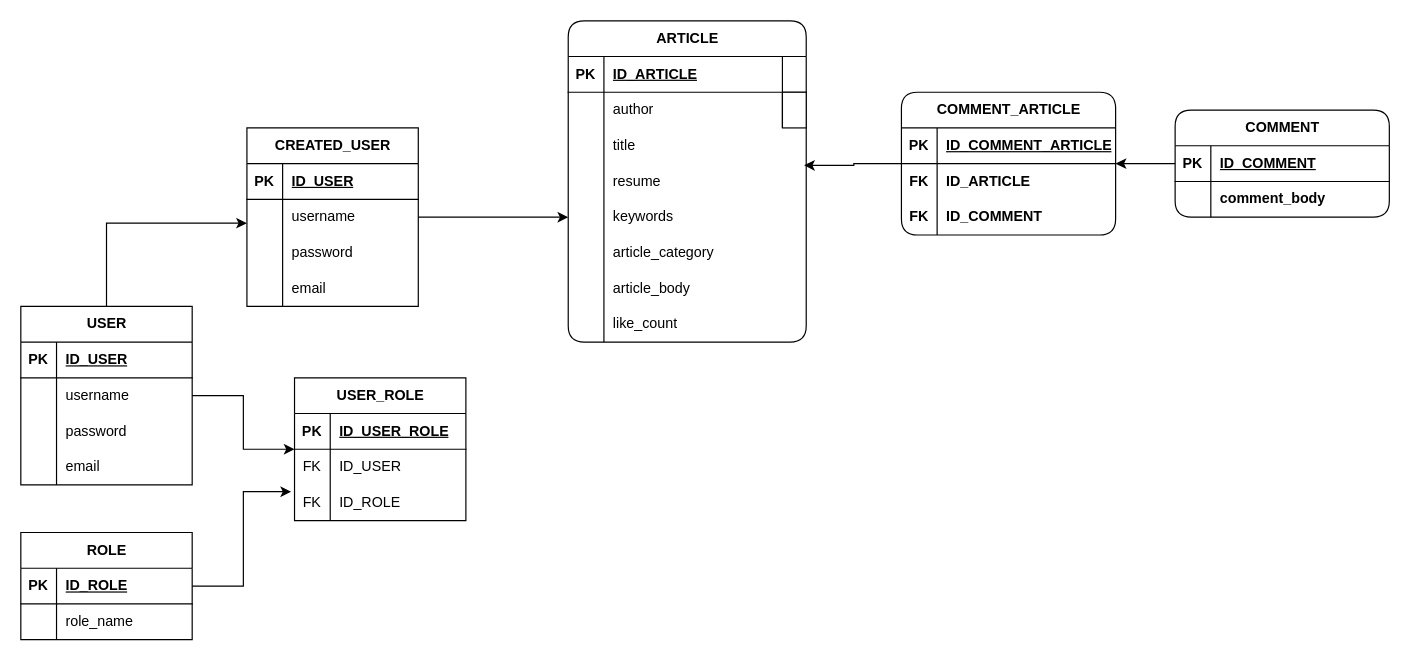
Earlier version of the draw.io diagram Documentation/TCT_ERD.drawio (Cr0wn4ever/TCT-Backend). Source tidied: cells renumbered, new cells numbered last; positions are measured from the earlier drawing's top-left corner, leaving out a move shared by most shapes. Both pictures are drawn from the tidied source at 119%, with x=0, y=0 at pixel (20, 20).
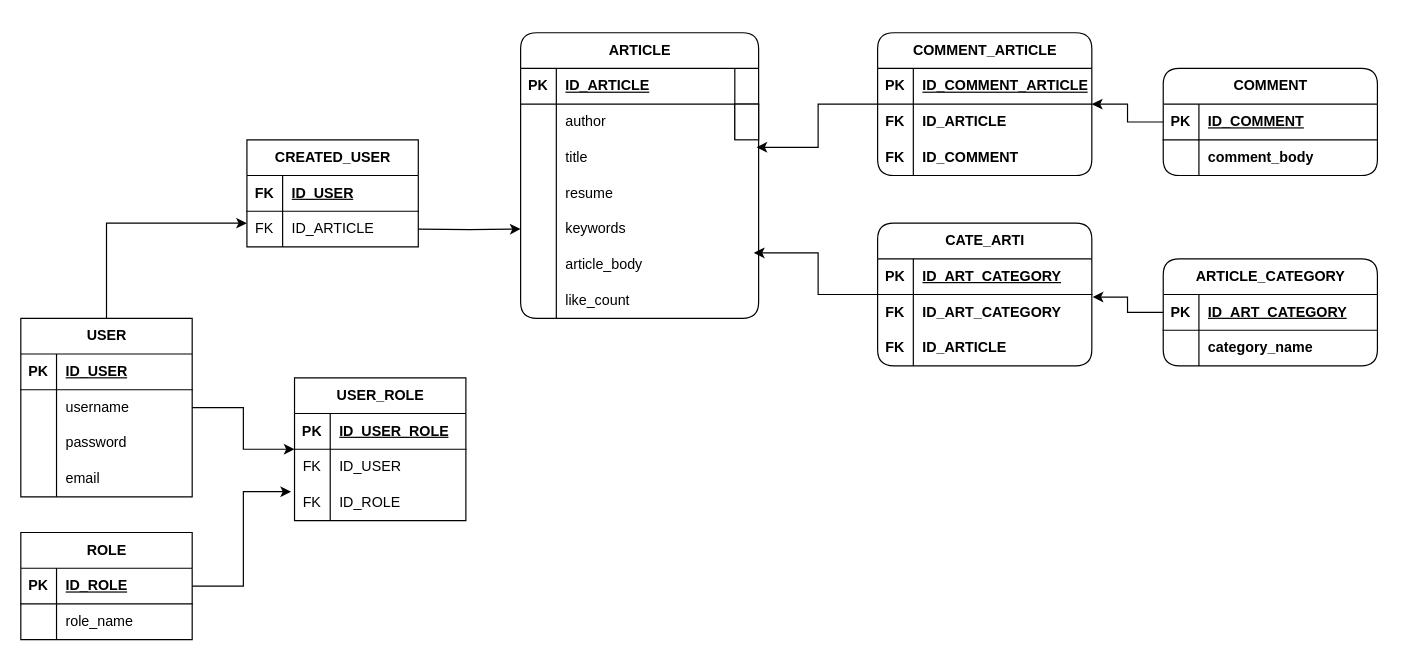
After the change.

The change refers to these unchanged cells:
```xml
<mxCell id="32" style="shape=tableRow;horizontal=0;startSize=0;swimlaneHead=0;swimlaneBody=0;fillColor=none;points=[[0,0.5],[1,0.5]];portConstraint=eastwest;top=0;left=0;right=0;bottom=0;" parent="24" vertex="1">
  <mxGeometry y="90" width="200" height="30" as="geometry" />
</mxCell>
<mxCell id="35" style="shape=tableRow;horizontal=0;startSize=0;swimlaneHead=0;swimlaneBody=0;fillColor=none;points=[[0,0.5],[1,0.5]];portConstraint=eastwest;top=0;left=0;right=0;bottom=0;" parent="24" vertex="1">
  <mxGeometry y="120" width="200" height="30" as="geometry" />
</mxCell>
<mxCell id="38" style="shape=tableRow;horizontal=0;startSize=0;swimlaneHead=0;swimlaneBody=0;fillColor=none;points=[[0,0.5],[1,0.5]];portConstraint=eastwest;top=0;left=0;right=0;bottom=0;" parent="24" vertex="1">
  <mxGeometry y="150" width="200" height="30" as="geometry" />
</mxCell>
<mxCell id="62" style="shape=tableRow;horizontal=0;startSize=0;swimlaneHead=0;swimlaneBody=0;fillColor=none;top=0;left=0;right=0;bottom=1;" parent="61" vertex="1">
  <mxGeometry y="30" width="144" height="30" as="geometry" />
</mxCell>
```

Change to the diagram source:
```diff
@@
     <mxCell id="4" value="USER" style="shape=table;startSize=30;childLayout=tableLayout;rowLines=0;fontStyle=1;align=center;html=1;" parent="1" vertex="1">
-      <mxGeometry y="240" width="144" height="150" as="geometry" />
+      <mxGeometry y="250" width="144" height="150" as="geometry" />
     </mxCell>
@@
     <mxCell id="24" value="ARTICLE" style="shape=table;startSize=30;childLayout=tableLayout;rowLines=0;fontStyle=1;align=center;html=1;swimlaneFillColor=none;rounded=1;swimlaneLine=1;" parent="1" vertex="1">
-      <mxGeometry x="460" width="200" height="270" as="geometry" />
+      <mxGeometry x="420" y="10" width="200" height="240" as="geometry" />
     </mxCell>
@@
-    <mxCell id="41" style="shape=tableRow;horizontal=0;startSize=0;swimlaneHead=0;swimlaneBody=0;fillColor=none;top=0;left=0;right=0;bottom=0;" parent="24" vertex="1">
-      <mxGeometry y="180" width="200" height="30" as="geometry" />
-    </mxCell>
-    <mxCell id="42" style="shape=partialRectangle;fillColor=none;top=0;left=0;bottom=0;right=0;overflow=hidden;whiteSpace=wrap;html=1;" parent="41" vertex="1">
-      <mxGeometry width="30" height="30" as="geometry" />
-    </mxCell>
-    <mxCell id="43" value="article_category" style="shape=partialRectangle;fillColor=none;top=0;left=0;bottom=0;right=0;align=left;spacingLeft=6;overflow=hidden;whiteSpace=wrap;html=1;" parent="41" vertex="1">
-      <mxGeometry x="30" width="170" height="30" as="geometry" />
-    </mxCell>
     <mxCell id="44" style="shape=tableRow;horizontal=0;startSize=0;swimlaneHead=0;swimlaneBody=0;fillColor=none;top=0;left=0;right=0;bottom=0;" parent="24" vertex="1">
-      <mxGeometry y="210" width="200" height="30" as="geometry" />
+      <mxGeometry y="180" width="200" height="30" as="geometry" />
     </mxCell>
@@
     <mxCell id="47" style="shape=tableRow;horizontal=0;startSize=0;swimlaneHead=0;swimlaneBody=0;fillColor=none;top=0;left=0;right=0;bottom=0;" parent="24" vertex="1">
-      <mxGeometry y="240" width="200" height="30" as="geometry" />
+      <mxGeometry y="210" width="200" height="30" as="geometry" />
     </mxCell>
@@
     <mxCell id="61" value="CREATED_USER" style="shape=table;startSize=30;childLayout=tableLayout;rowLines=0;fontStyle=1;align=center;html=1;" parent="1" vertex="1">
-      <mxGeometry x="190" y="90" width="144" height="150" as="geometry" />
+      <mxGeometry x="190" y="100" width="144" height="90" as="geometry" />
     </mxCell>
@@
-    <mxCell id="63" value="PK" style="shape=partialRectangle;fillColor=none;top=0;left=0;bottom=0;right=0;fontStyle=1;overflow=hidden;whiteSpace=wrap;html=1;" parent="62" vertex="1">
+    <mxCell id="63" value="FK" style="shape=partialRectangle;fillColor=none;top=0;left=0;bottom=0;right=0;fontStyle=1;overflow=hidden;whiteSpace=wrap;html=1;" parent="62" vertex="1">
       <mxGeometry width="30" height="30" as="geometry" />
     </mxCell>
@@
-    <mxCell id="65" style="shape=tableRow;horizontal=0;startSize=0;swimlaneHead=0;swimlaneBody=0;fillColor=none;points=[[0,0.5],[1,0.5]];portConstraint=eastwest;top=0;left=0;right=0;bottom=0;" parent="61" vertex="1">
-      <mxGeometry y="60" width="144" height="30" as="geometry" />
-    </mxCell>
-    <mxCell id="66" style="shape=partialRectangle;fillColor=none;top=0;left=0;bottom=0;right=0;overflow=hidden;whiteSpace=wrap;html=1;" parent="65" vertex="1">
-      <mxGeometry width="30" height="30" as="geometry" />
-    </mxCell>
-    <mxCell id="67" value="username&lt;span style=&quot;white-space: pre;&quot;&gt;&#9;&lt;/span&gt;" style="shape=partialRectangle;fillColor=none;top=0;left=0;bottom=0;right=0;align=left;spacingLeft=6;overflow=hidden;whiteSpace=wrap;html=1;" parent="65" vertex="1">
-      <mxGeometry x="30" width="114" height="30" as="geometry" />
-    </mxCell>
-    <mxCell id="68" style="shape=tableRow;horizontal=0;startSize=0;swimlaneHead=0;swimlaneBody=0;fillColor=none;top=0;left=0;right=0;bottom=0;" parent="61" vertex="1">
-      <mxGeometry y="90" width="144" height="30" as="geometry" />
-    </mxCell>
-    <mxCell id="69" style="shape=partialRectangle;fillColor=none;top=0;left=0;bottom=0;right=0;overflow=hidden;whiteSpace=wrap;html=1;" parent="68" vertex="1">
-      <mxGeometry width="30" height="30" as="geometry" />
-    </mxCell>
-    <mxCell id="70" value="password" style="shape=partialRectangle;fillColor=none;top=0;left=0;bottom=0;right=0;align=left;spacingLeft=6;overflow=hidden;whiteSpace=wrap;html=1;" parent="68" vertex="1">
-      <mxGeometry x="30" width="114" height="30" as="geometry" />
-    </mxCell>
     <mxCell id="71" style="shape=tableRow;horizontal=0;startSize=0;swimlaneHead=0;swimlaneBody=0;fillColor=none;top=0;left=0;right=0;bottom=0;" parent="61" vertex="1">
-      <mxGeometry y="120" width="144" height="30" as="geometry" />
+      <mxGeometry y="60" width="144" height="30" as="geometry" />
     </mxCell>
-    <mxCell id="72" style="shape=partialRectangle;fillColor=none;top=0;left=0;bottom=0;right=0;overflow=hidden;whiteSpace=wrap;html=1;" parent="71" vertex="1">
+    <mxCell id="72" value="FK" style="shape=partialRectangle;fillColor=none;top=0;left=0;bottom=0;right=0;overflow=hidden;whiteSpace=wrap;html=1;" parent="71" vertex="1">
       <mxGeometry width="30" height="30" as="geometry" />
     </mxCell>
-    <mxCell id="73" value="email" style="shape=partialRectangle;fillColor=none;top=0;left=0;bottom=0;right=0;align=left;spacingLeft=6;overflow=hidden;whiteSpace=wrap;html=1;" parent="71" vertex="1">
+    <mxCell id="73" value="ID_ARTICLE" style="shape=partialRectangle;fillColor=none;top=0;left=0;bottom=0;right=0;align=left;spacingLeft=6;overflow=hidden;whiteSpace=wrap;html=1;" parent="71" vertex="1">
       <mxGeometry x="30" width="114" height="30" as="geometry" />
     </mxCell>
-    <mxCell id="74" style="edgeStyle=orthogonalEdgeStyle;rounded=0;jettySize=auto;html=1;fontFamily=Helvetica;fontSize=12;fontColor=default;fontStyle=1;" parent="1" edge="1" source="65" target="38">
-      <mxGeometry relative="1" as="geometry" />
+    <mxCell id="74" style="edgeStyle=orthogonalEdgeStyle;rounded=0;jettySize=auto;html=1;fontFamily=Helvetica;fontSize=12;fontColor=default;fontStyle=1;" parent="1" edge="1" target="38">
+      <mxGeometry relative="1" as="geometry">
+        <mxPoint x="334" y="175" as="sourcePoint" />
+      </mxGeometry>
     </mxCell>
@@
     <mxCell id="76" value="COMMENT" style="shape=table;startSize=30;childLayout=tableLayout;rowLines=0;fontStyle=1;align=center;html=1;rounded=1;strokeColor=default;verticalAlign=middle;swimlaneFillColor=none;fontFamily=Helvetica;fontSize=12;fontColor=default;fillColor=default;" parent="1" vertex="1">
-      <mxGeometry x="970" y="75" width="180" height="90" as="geometry" />
+      <mxGeometry x="960" y="40" width="180" height="90" as="geometry" />
     </mxCell>
@@
     <mxCell id="83" value="COMMENT_ARTICLE" style="shape=table;startSize=30;childLayout=tableLayout;rowLines=0;fontStyle=1;align=center;html=1;rounded=1;strokeColor=default;verticalAlign=middle;swimlaneFillColor=none;fontFamily=Helvetica;fontSize=12;fontColor=default;fillColor=default;" parent="1" vertex="1">
-      <mxGeometry x="740" y="60" width="180" height="120" as="geometry" />
+      <mxGeometry x="720" y="10" width="180" height="120" as="geometry" />
     </mxCell>
@@
-    <mxCell id="93" style="edgeStyle=orthogonalEdgeStyle;rounded=0;jettySize=auto;html=1;entryX=0.991;entryY=0.049;entryDx=0;entryDy=0;entryPerimeter=0;fontFamily=Helvetica;fontSize=12;fontColor=default;fontStyle=1;" parent="1" edge="1" source="83" target="35">
-      <mxGeometry relative="1" as="geometry" />
-    </mxCell>
+    <mxCell id="94" value="ARTICLE_CATEGORY" style="shape=table;startSize=30;childLayout=tableLayout;rowLines=0;fontStyle=1;align=center;html=1;rounded=1;strokeColor=default;verticalAlign=middle;swimlaneFillColor=none;fontFamily=Helvetica;fontSize=12;fontColor=default;fillColor=default;" parent="1" vertex="1">
+      <mxGeometry x="960" y="200" width="180" height="90" as="geometry" />
+    </mxCell>
+    <mxCell id="95" style="shape=tableRow;horizontal=0;startSize=0;swimlaneHead=0;swimlaneBody=0;fillColor=none;points=[[0,0.5],[1,0.5]];portConstraint=eastwest;top=0;left=0;right=0;bottom=1;rounded=1;strokeColor=default;align=center;verticalAlign=middle;swimlaneFillColor=none;fontFamily=Helvetica;fontSize=12;fontColor=default;fontStyle=1;" parent="94" vertex="1">
+      <mxGeometry y="30" width="180" height="30" as="geometry" />
+    </mxCell>
+    <mxCell id="96" value="PK" style="shape=partialRectangle;fillColor=none;top=0;left=0;bottom=0;right=0;fontStyle=1;overflow=hidden;whiteSpace=wrap;html=1;rounded=1;strokeColor=default;align=center;verticalAlign=middle;swimlaneFillColor=none;fontFamily=Helvetica;fontSize=12;fontColor=default;" parent="95" vertex="1">
+      <mxGeometry width="30" height="30" as="geometry" />
+    </mxCell>
+    <mxCell id="97" value="ID_ART_CATEGORY" style="shape=partialRectangle;fillColor=none;top=0;left=0;bottom=0;right=0;align=left;spacingLeft=6;fontStyle=5;overflow=hidden;whiteSpace=wrap;html=1;rounded=1;strokeColor=default;verticalAlign=middle;swimlaneFillColor=none;fontFamily=Helvetica;fontSize=12;fontColor=default;" parent="95" vertex="1">
+      <mxGeometry x="30" width="150" height="30" as="geometry" />
+    </mxCell>
+    <mxCell id="98" style="shape=tableRow;horizontal=0;startSize=0;swimlaneHead=0;swimlaneBody=0;fillColor=none;top=0;left=0;right=0;bottom=0;rounded=1;strokeColor=default;align=center;verticalAlign=middle;swimlaneFillColor=none;fontFamily=Helvetica;fontSize=12;fontColor=default;fontStyle=1;" parent="94" vertex="1">
+      <mxGeometry y="60" width="180" height="30" as="geometry" />
+    </mxCell>
+    <mxCell id="99" style="shape=partialRectangle;fillColor=none;top=0;left=0;bottom=0;right=0;overflow=hidden;whiteSpace=wrap;html=1;rounded=1;strokeColor=default;align=center;verticalAlign=middle;swimlaneFillColor=none;fontFamily=Helvetica;fontSize=12;fontColor=default;fontStyle=1;" parent="98" vertex="1">
+      <mxGeometry width="30" height="30" as="geometry" />
+    </mxCell>
+    <mxCell id="100" value="category_name" style="shape=partialRectangle;fillColor=none;top=0;left=0;bottom=0;right=0;align=left;spacingLeft=6;overflow=hidden;whiteSpace=wrap;html=1;rounded=1;strokeColor=default;verticalAlign=middle;swimlaneFillColor=none;fontFamily=Helvetica;fontSize=12;fontColor=default;fontStyle=1;" parent="98" vertex="1">
+      <mxGeometry x="30" width="150" height="30" as="geometry" />
+    </mxCell>
+    <mxCell id="101" style="edgeStyle=orthogonalEdgeStyle;rounded=0;jettySize=auto;html=1;fontFamily=Helvetica;fontSize=12;fontColor=default;fontStyle=1;entryX=0.98;entryY=1.167;entryDx=0;entryDy=0;entryPerimeter=0;" parent="1" edge="1" source="102" target="38">
+      <mxGeometry relative="1" as="geometry" />
+    </mxCell>
+    <mxCell id="102" value="CATE_ARTI" style="shape=table;startSize=30;childLayout=tableLayout;rowLines=0;fontStyle=1;align=center;html=1;rounded=1;strokeColor=default;verticalAlign=middle;swimlaneFillColor=none;fontFamily=Helvetica;fontSize=12;fontColor=default;fillColor=default;" parent="1" vertex="1">
+      <mxGeometry x="720" y="170" width="180" height="120" as="geometry" />
+    </mxCell>
+    <mxCell id="103" style="shape=tableRow;horizontal=0;startSize=0;swimlaneHead=0;swimlaneBody=0;fillColor=none;top=0;left=0;right=0;bottom=1;rounded=1;strokeColor=default;align=center;verticalAlign=middle;swimlaneFillColor=none;fontFamily=Helvetica;fontSize=12;fontColor=default;fontStyle=1;" parent="102" vertex="1">
+      <mxGeometry y="30" width="180" height="30" as="geometry" />
+    </mxCell>
+    <mxCell id="104" value="PK" style="shape=partialRectangle;fillColor=none;top=0;left=0;bottom=0;right=0;fontStyle=1;overflow=hidden;whiteSpace=wrap;html=1;rounded=1;strokeColor=default;align=center;verticalAlign=middle;swimlaneFillColor=none;fontFamily=Helvetica;fontSize=12;fontColor=default;" parent="103" vertex="1">
+      <mxGeometry width="30" height="30" as="geometry" />
+    </mxCell>
+    <mxCell id="105" value="ID_ART_CATEGORY" style="shape=partialRectangle;fillColor=none;top=0;left=0;bottom=0;right=0;align=left;spacingLeft=6;fontStyle=5;overflow=hidden;whiteSpace=wrap;html=1;rounded=1;strokeColor=default;verticalAlign=middle;swimlaneFillColor=none;fontFamily=Helvetica;fontSize=12;fontColor=default;" parent="103" vertex="1">
+      <mxGeometry x="30" width="150" height="30" as="geometry" />
+    </mxCell>
+    <mxCell id="106" style="shape=tableRow;horizontal=0;startSize=0;swimlaneHead=0;swimlaneBody=0;fillColor=none;points=[[0,0.5],[1,0.5]];portConstraint=eastwest;top=0;left=0;right=0;bottom=0;rounded=1;strokeColor=default;align=center;verticalAlign=middle;swimlaneFillColor=none;fontFamily=Helvetica;fontSize=12;fontColor=default;fontStyle=1;" parent="102" vertex="1">
+      <mxGeometry y="60" width="180" height="30" as="geometry" />
+    </mxCell>
+    <mxCell id="107" value="FK" style="shape=partialRectangle;fillColor=none;top=0;left=0;bottom=0;right=0;overflow=hidden;whiteSpace=wrap;html=1;rounded=1;strokeColor=default;align=center;verticalAlign=middle;swimlaneFillColor=none;fontFamily=Helvetica;fontSize=12;fontColor=default;fontStyle=1;" parent="106" vertex="1">
+      <mxGeometry width="30" height="30" as="geometry" />
+    </mxCell>
+    <mxCell id="108" value="ID_ART_CATEGORY" style="shape=partialRectangle;fillColor=none;top=0;left=0;bottom=0;right=0;align=left;spacingLeft=6;overflow=hidden;whiteSpace=wrap;html=1;rounded=1;strokeColor=default;verticalAlign=middle;swimlaneFillColor=none;fontFamily=Helvetica;fontSize=12;fontColor=default;fontStyle=1;" parent="106" vertex="1">
+      <mxGeometry x="30" width="150" height="30" as="geometry" />
+    </mxCell>
+    <mxCell id="109" style="shape=tableRow;horizontal=0;startSize=0;swimlaneHead=0;swimlaneBody=0;fillColor=none;top=0;left=0;right=0;bottom=0;rounded=1;strokeColor=default;align=center;verticalAlign=middle;swimlaneFillColor=none;fontFamily=Helvetica;fontSize=12;fontColor=default;fontStyle=1;" parent="102" vertex="1">
+      <mxGeometry y="90" width="180" height="30" as="geometry" />
+    </mxCell>
+    <mxCell id="110" value="FK" style="shape=partialRectangle;fillColor=none;top=0;left=0;bottom=0;right=0;overflow=hidden;whiteSpace=wrap;html=1;rounded=1;strokeColor=default;align=center;verticalAlign=middle;swimlaneFillColor=none;fontFamily=Helvetica;fontSize=12;fontColor=default;fontStyle=1;" parent="109" vertex="1">
+      <mxGeometry width="30" height="30" as="geometry" />
+    </mxCell>
+    <mxCell id="111" value="ID_ARTICLE" style="shape=partialRectangle;fillColor=none;top=0;left=0;bottom=0;right=0;align=left;spacingLeft=6;overflow=hidden;whiteSpace=wrap;html=1;rounded=1;strokeColor=default;verticalAlign=middle;swimlaneFillColor=none;fontFamily=Helvetica;fontSize=12;fontColor=default;fontStyle=1;" parent="109" vertex="1">
+      <mxGeometry x="30" width="150" height="30" as="geometry" />
+    </mxCell>
+    <mxCell id="112" style="edgeStyle=orthogonalEdgeStyle;rounded=0;jettySize=auto;html=1;fontFamily=Helvetica;fontSize=12;fontColor=default;fontStyle=1;entryX=1.004;entryY=0.072;entryDx=0;entryDy=0;entryPerimeter=0;" parent="1" edge="1" source="95" target="106">
+      <mxGeometry relative="1" as="geometry" />
+    </mxCell>
+    <mxCell id="113" style="edgeStyle=orthogonalEdgeStyle;rounded=0;jettySize=auto;html=1;entryX=0.991;entryY=0.211;entryDx=0;entryDy=0;entryPerimeter=0;fontFamily=Helvetica;fontSize=12;fontColor=default;fontStyle=1;" parent="1" edge="1" source="83" target="32">
+      <mxGeometry relative="1" as="geometry" />
+    </mxCell>
```
